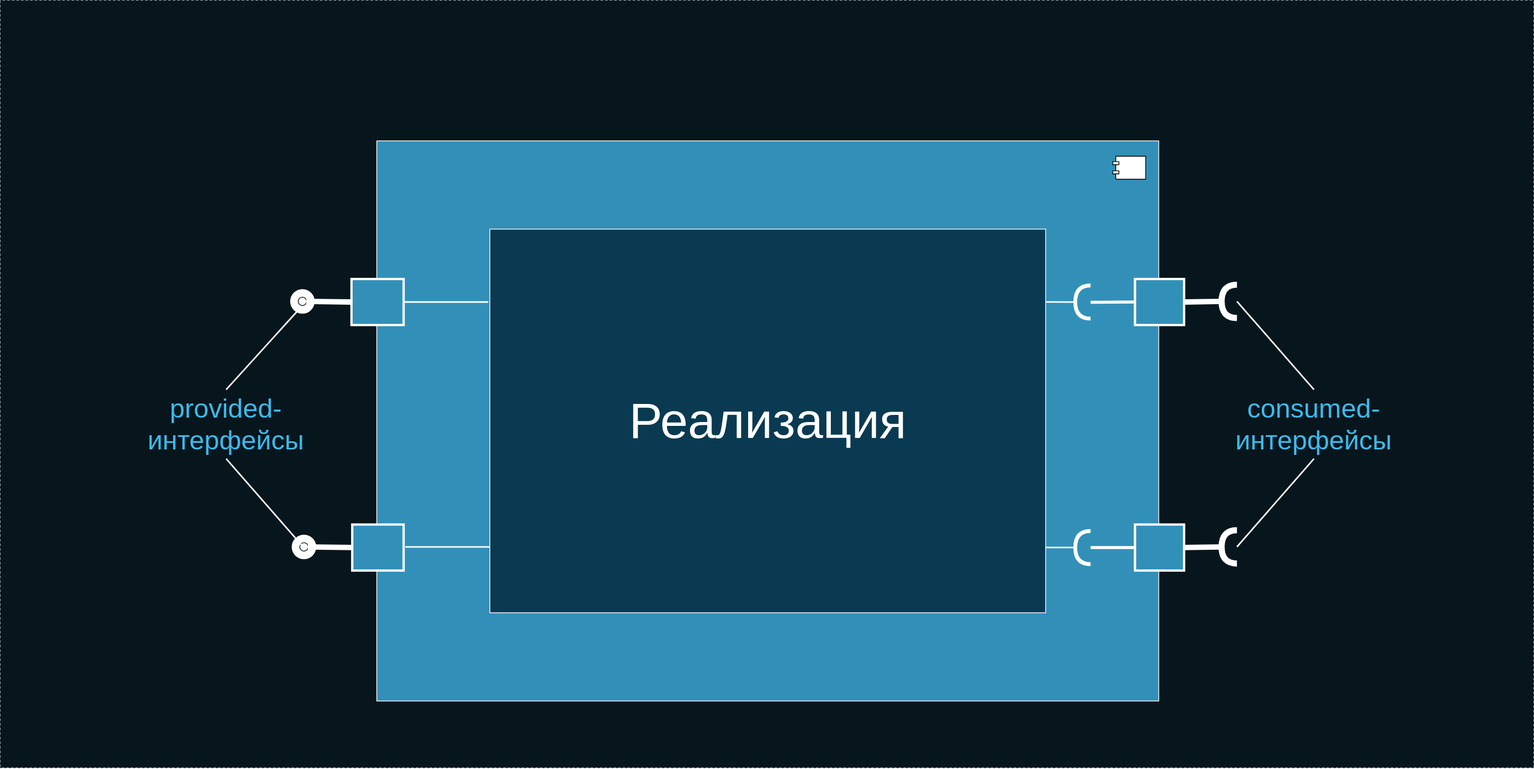
AlexanderLapygin/ca-react-rest-api-starter keeps this draw.io diagram as deck/ru/diagrams/layerModule1.svg. Above is the earlier version. Source tidied: cells renumbered, new cells last; positions are measured from the earlier drawing's top-left corner, leaving out a move shared by most shapes.
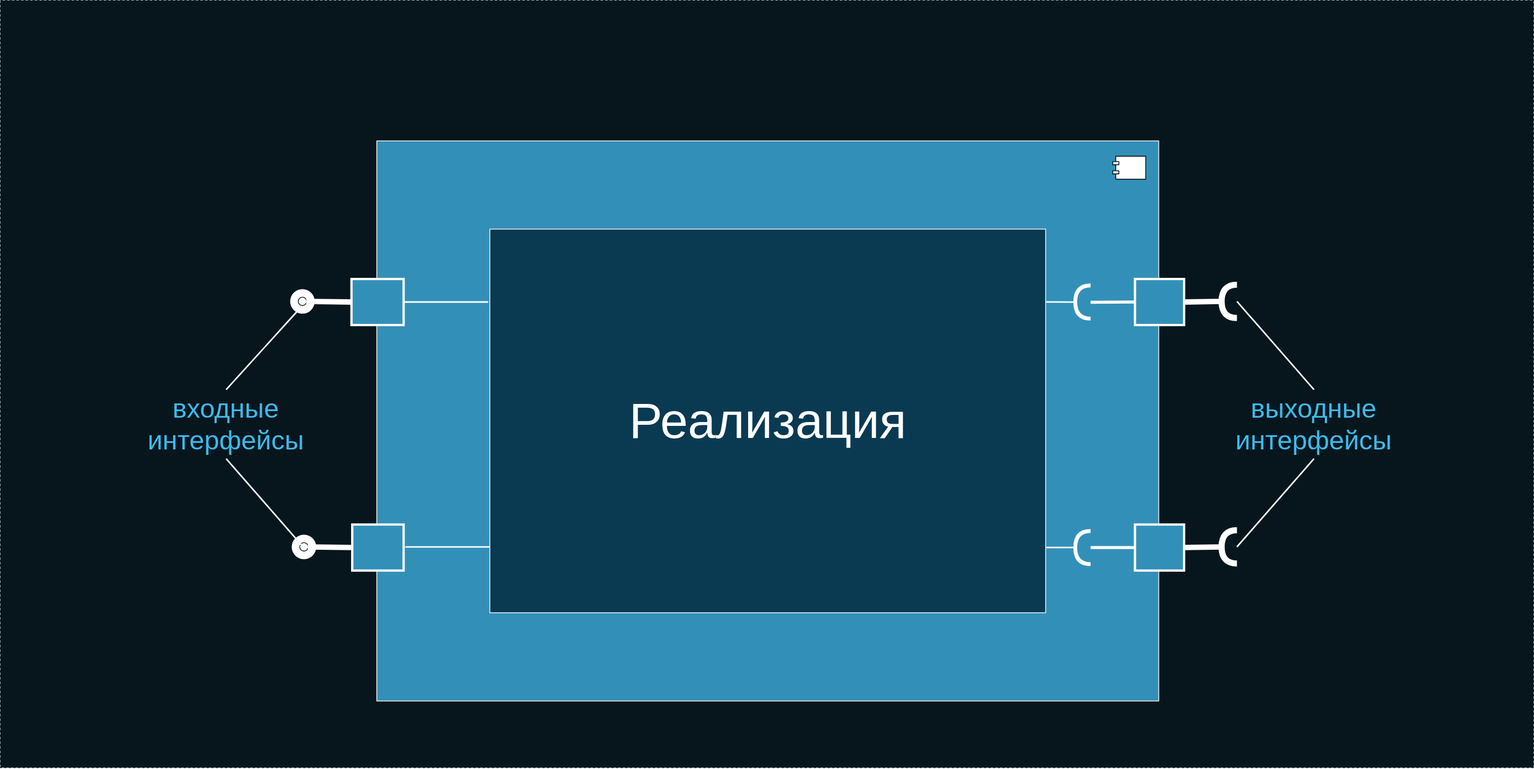
The same diagram one commit later.

What changed in the source:
```diff
@@ -11,7 +11,7 @@
     <mxCell id="4" style="ellipse;whiteSpace=wrap;html=1;fontFamily=Helvetica;fontSize=12;fontColor=#FFFFFF;align=center;strokeColor=#FFFFFF;fillColor=#ffffff;points=[];strokeWidth=22;" parent="1" vertex="1">
       <mxGeometry x="389" y="387.2" width="10" height="10" as="geometry" />
     </mxCell>
-    <mxCell id="5" value="provided-&lt;br style=&quot;font-size: 35px&quot;&gt;интерфейсы" style="text;html=1;strokeColor=none;fillColor=none;align=center;verticalAlign=middle;whiteSpace=wrap;rounded=0;fontSize=35;fontColor=#3CBBED;" parent="1" vertex="1">
+    <mxCell id="5" value="входные&lt;br style=&quot;font-size: 35px&quot;&gt;интерфейсы" style="text;html=1;strokeColor=none;fillColor=none;align=center;verticalAlign=middle;whiteSpace=wrap;rounded=0;fontSize=35;fontColor=#3CBBED;" parent="1" vertex="1">
       <mxGeometry x="180" y="507.2" width="229" height="90" as="geometry" />
     </mxCell>
     <mxCell id="6" style="endArrow=none;html=1;strokeColor=#FFFFFF;strokeWidth=2;fontSize=33;fontColor=#3CBBED;entryX=0.371;entryY=1.186;entryDx=0;entryDy=0;entryPerimeter=0;exitX=0.5;exitY=0;exitDx=0;exitDy=0;" parent="1" edge="1" source="5" target="4">
@@ -20,7 +20,7 @@
     <mxCell id="7" style="endArrow=none;html=1;strokeColor=#FFFFFF;strokeWidth=2;fontSize=33;fontColor=#3CBBED;entryX=0.214;entryY=0.296;entryDx=0;entryDy=0;entryPerimeter=0;exitX=0.5;exitY=1;exitDx=0;exitDy=0;" parent="1" edge="1" source="5" target="37">
       <mxGeometry relative="1" as="geometry" />
     </mxCell>
-    <mxCell id="8" value="consumed-&lt;br style=&quot;font-size: 35px&quot;&gt;интерфейсы" style="text;html=1;strokeColor=none;fillColor=none;align=center;verticalAlign=middle;whiteSpace=wrap;rounded=0;fontSize=35;fontColor=#3CBBED;" parent="1" vertex="1">
+    <mxCell id="8" value="выходные&lt;br style=&quot;font-size: 35px&quot;&gt;интерфейсы" style="text;html=1;strokeColor=none;fillColor=none;align=center;verticalAlign=middle;whiteSpace=wrap;rounded=0;fontSize=35;fontColor=#3CBBED;" parent="1" vertex="1">
       <mxGeometry x="1593" y="507.2" width="241" height="90" as="geometry" />
     </mxCell>
     <mxCell id="9" style="endArrow=none;html=1;strokeColor=#FFFFFF;strokeWidth=2;fontSize=33;fontColor=#3CBBED;entryX=0;entryY=0.5;entryDx=0;entryDy=0;exitX=0.5;exitY=1;exitDx=0;exitDy=0;entryPerimeter=0;" parent="1" edge="1" source="8" target="14">
```
